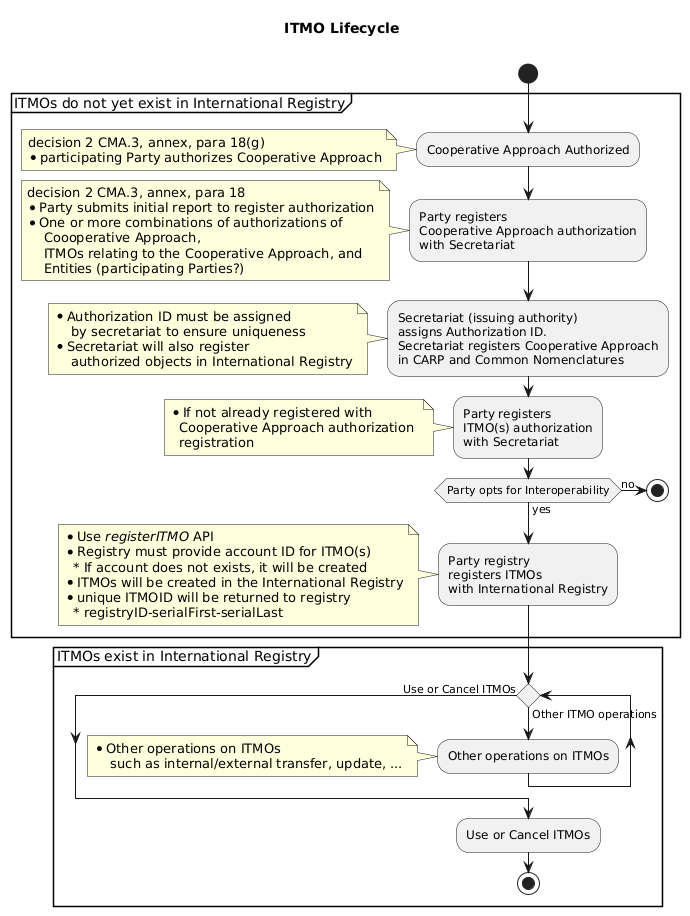
Earlier version of the PlantUML export diagrams/ITMO Lifecycle Activity.png (frankcnng/CARP).
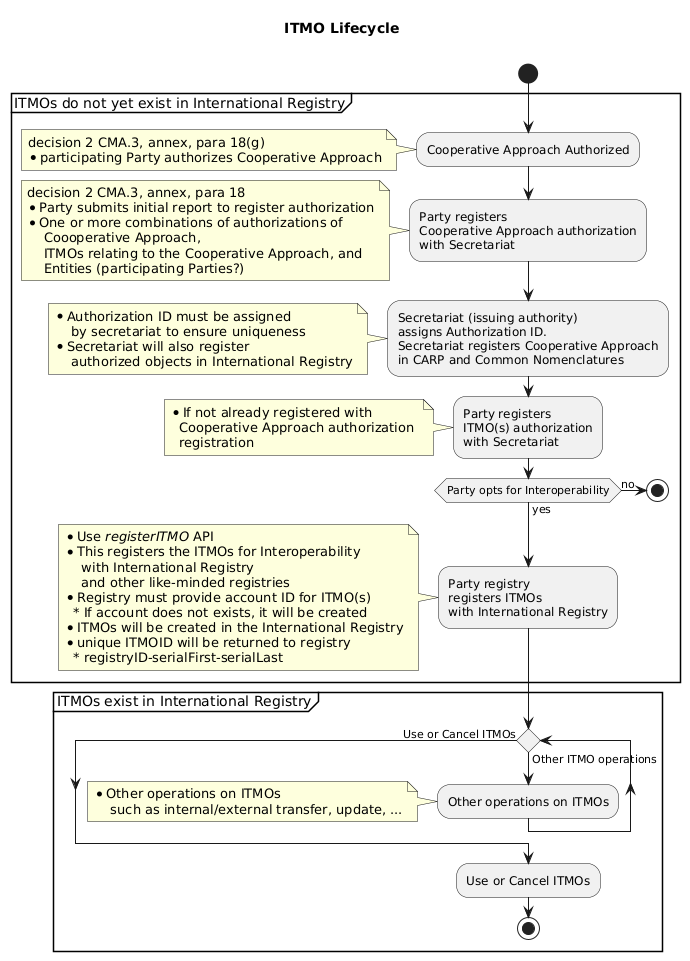
After the commit.

Commit message:
Commit from GitHub Actions (Run linters and build artifacts)

Change to the diagram source:
```diff
@@ -52,6 +52,9 @@
       with International Registry;
         note left
         * Use //registerITMO// API
+        * This registers the ITMOs for Interoperability
+            with International Registry
+            and other like-minded registries
         * Registry must provide account ID for ITMO(s)
           * If account does not exists, it will be created
         * ITMOs will be created in the International Registry
```
